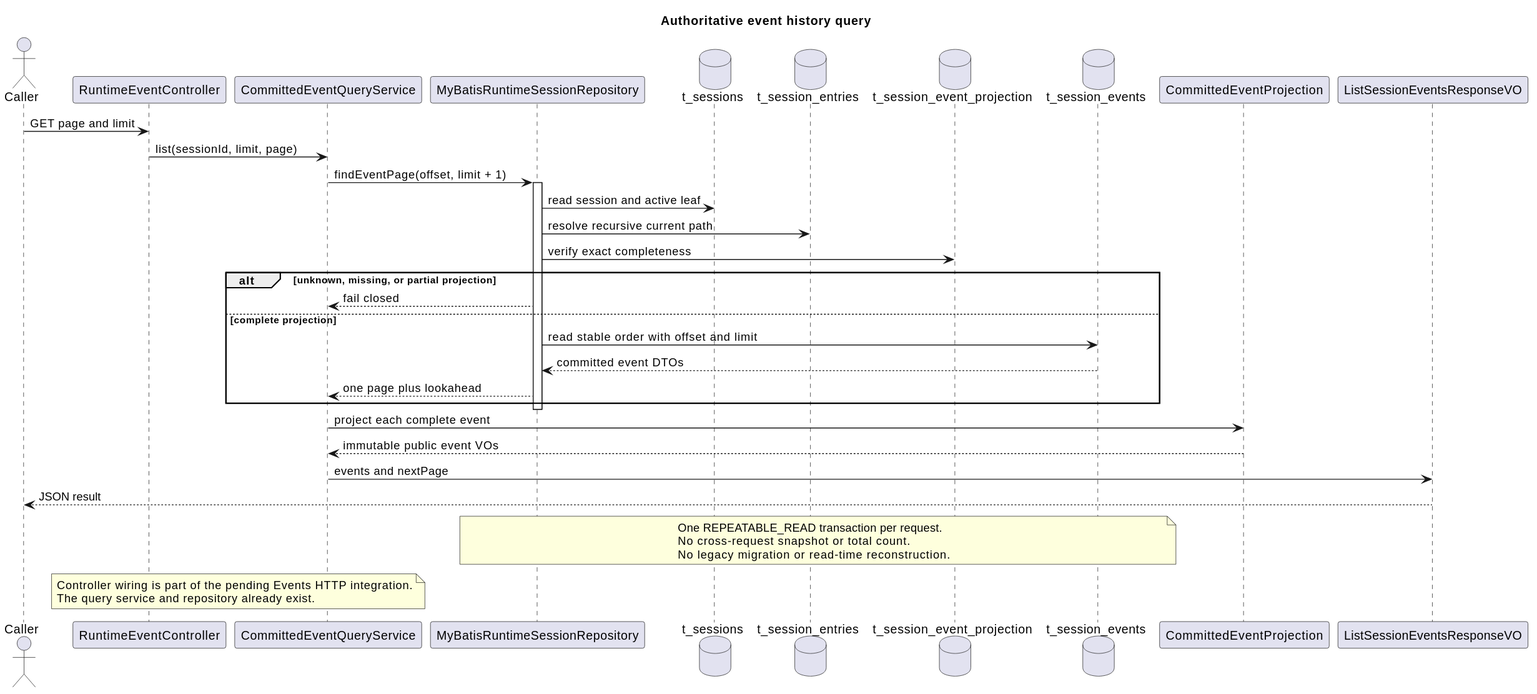
2862282695gjh-afk/pi-mono-java keeps this PlantUML diagram as docs/designs/runtime-event-history-v2/query_pipeline.svg. Above is the earlier version.
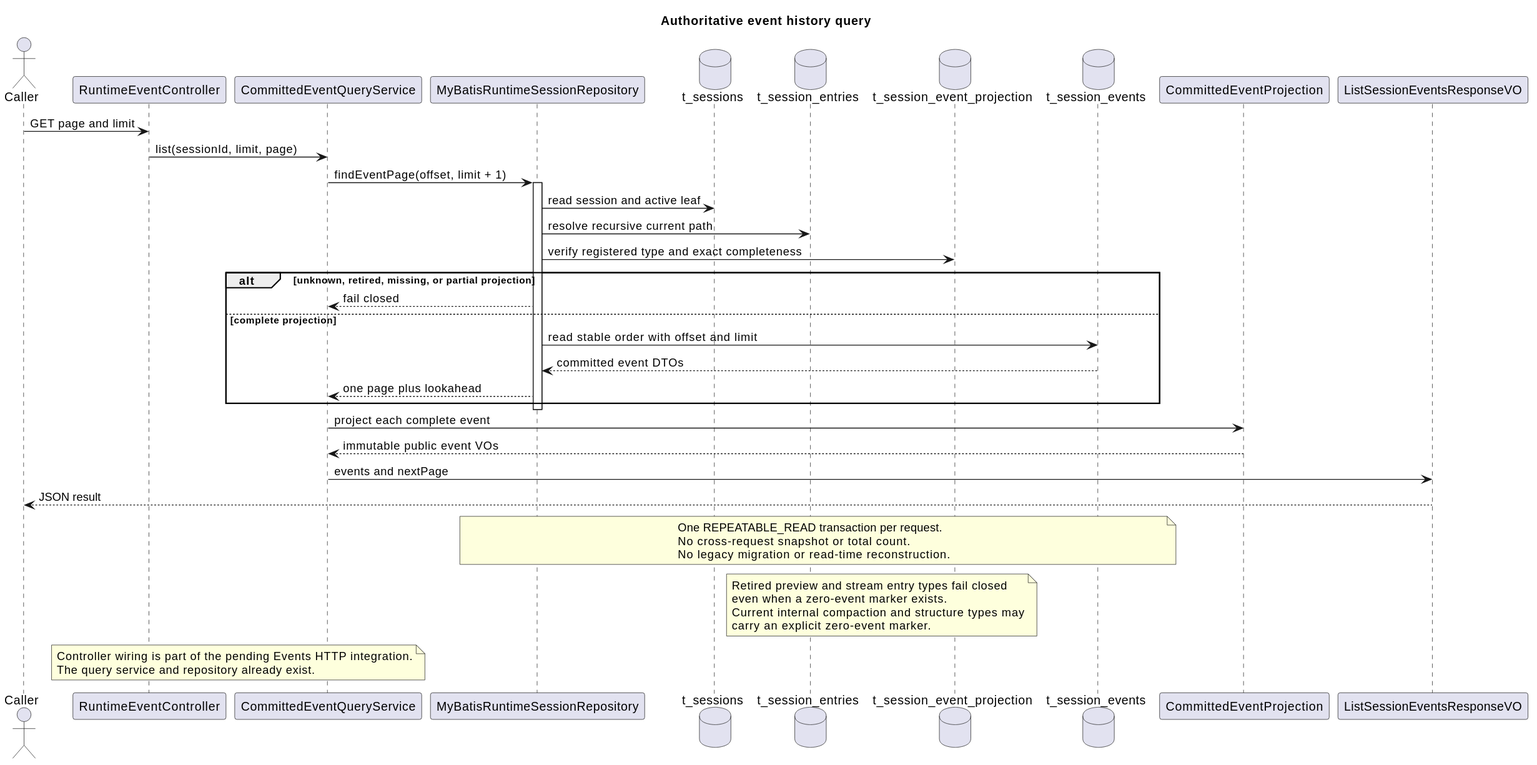
After the commit.

Change to the diagram source:
```diff
@@ -17,8 +17,8 @@
 activate MyBatisRuntimeSessionRepository
 MyBatisRuntimeSessionRepository -> t_sessions : read session and active leaf
 MyBatisRuntimeSessionRepository -> t_session_entries : resolve recursive current path
-MyBatisRuntimeSessionRepository -> t_session_event_projection : verify exact completeness
-alt unknown, missing, or partial projection
+MyBatisRuntimeSessionRepository -> t_session_event_projection : verify registered type and exact completeness
+alt unknown, retired, missing, or partial projection
   MyBatisRuntimeSessionRepository --> CommittedEventQueryService : fail closed
 else complete projection
   MyBatisRuntimeSessionRepository -> t_session_events : read stable order with offset and limit
@@ -36,6 +36,12 @@
   No cross-request snapshot or total count.
   No legacy migration or read-time reconstruction.
 end note
+note over t_session_entries,t_session_event_projection
+  Retired preview and stream entry types fail closed
+  even when a zero-event marker exists.
+  Current internal compaction and structure types may
+  carry an explicit zero-event marker.
+end note
 note over RuntimeEventController,CommittedEventQueryService
   Controller wiring is part of the pending Events HTTP integration.
   The query service and repository already exist.
```
